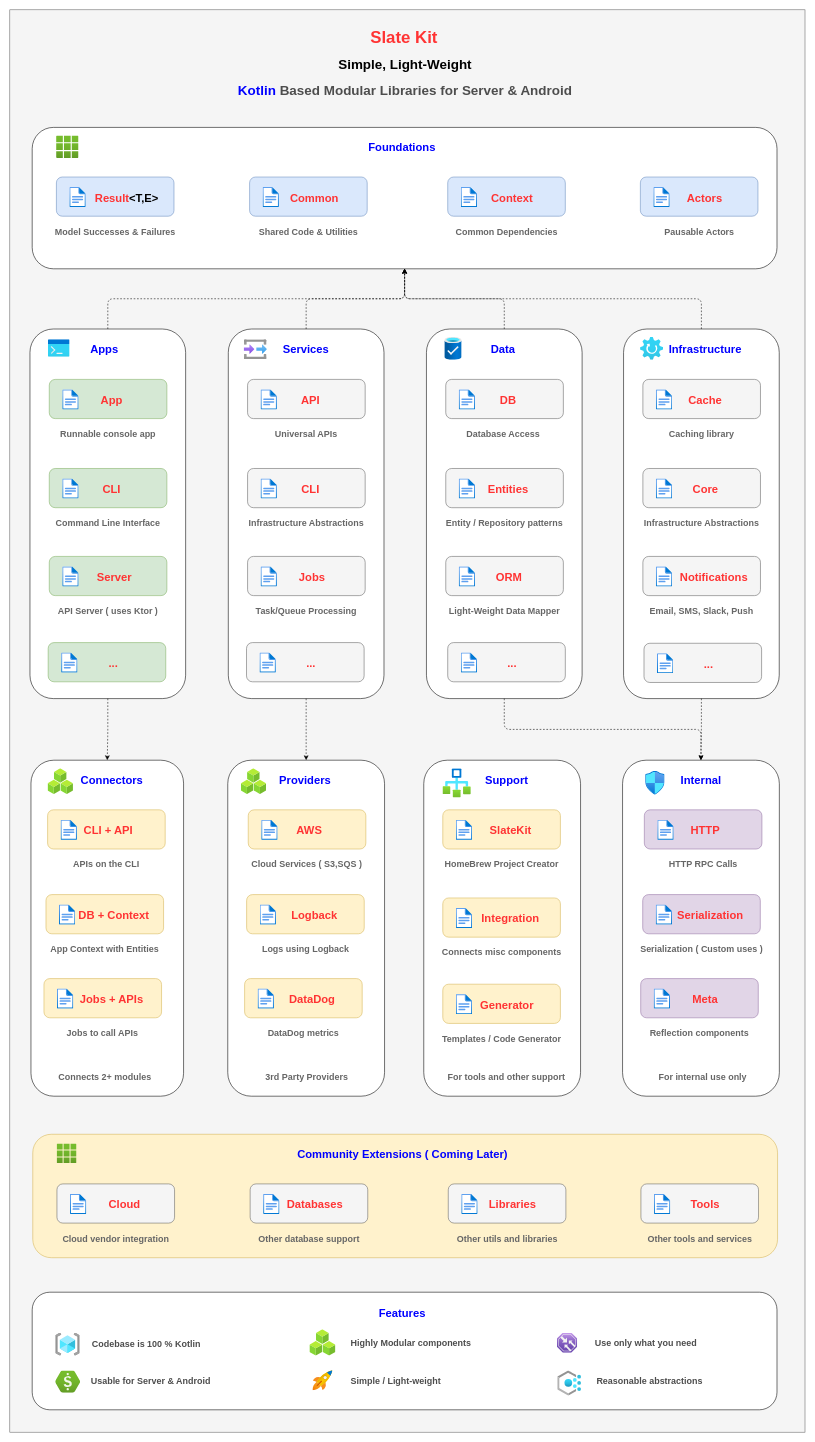
Above: doc/diagrams/slatekit-overview.drawio in slatekit/kiit (draw.io), before the change. Source tidied: cells renumbered, new cells numbered last; positions are measured from the earlier drawing's top-left corner, leaving out a move shared by most shapes. Both pictures are drawn from the tidied source at 56%, with x=0, y=0 at pixel (10, 10).
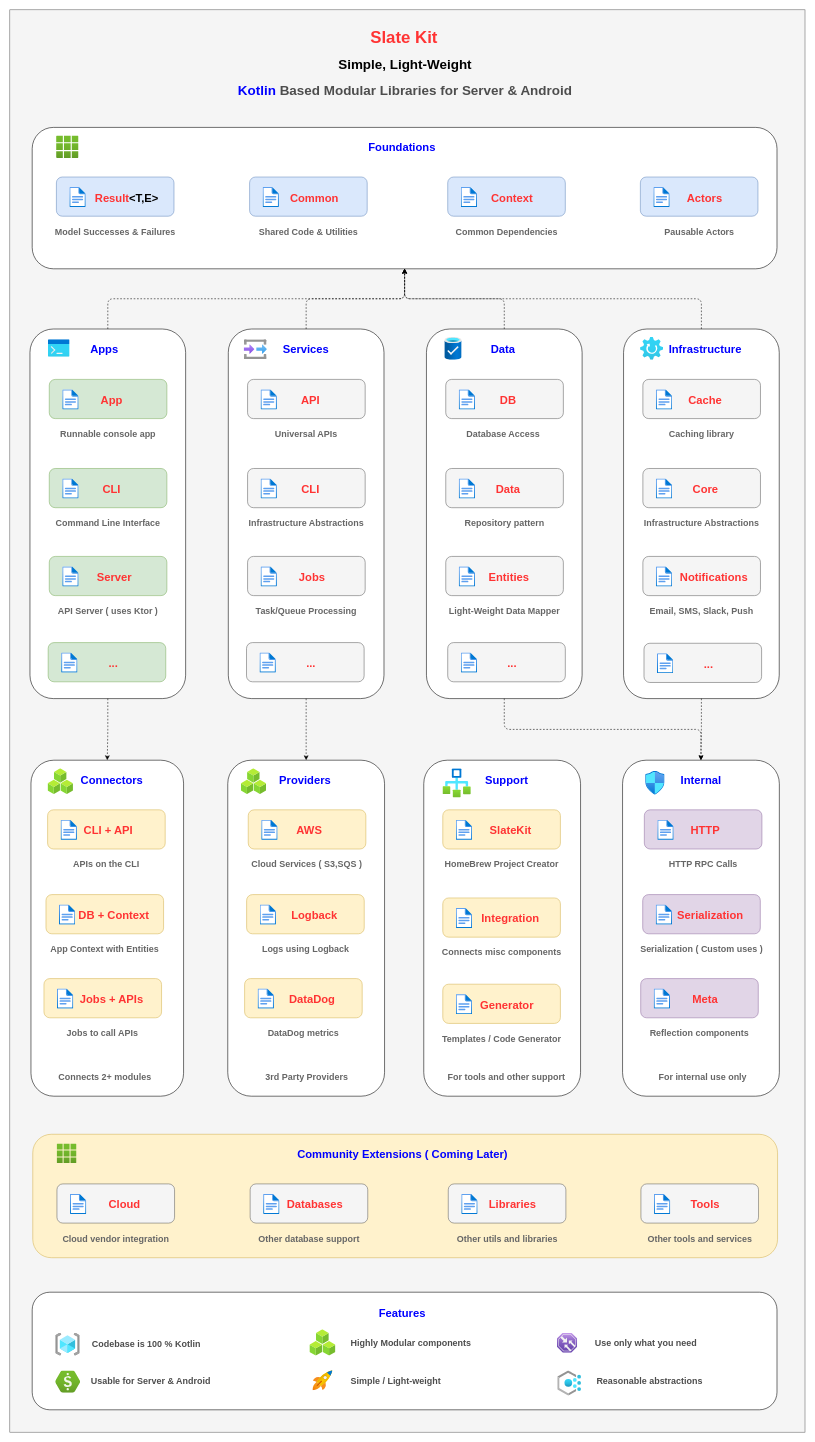
Above is the later version.

Commit message (it also covers changes not shown here):
DIAGRAMS: Updated overview + Added data ( WIP )

The edit, as a diff of the source:
```diff
@@
-    <mxCell id="62" value="&lt;span style=&quot;font-size: 16px&quot;&gt;&lt;b&gt;Entity / Repository patterns&lt;/b&gt;&lt;/span&gt;" style="text;html=1;strokeColor=none;fillColor=none;align=center;verticalAlign=middle;whiteSpace=wrap;rounded=0;fontColor=#666666;" parent="1" vertex="1">
+    <mxCell id="62" value="&lt;span style=&quot;font-size: 16px&quot;&gt;&lt;b&gt;Repository pattern&lt;/b&gt;&lt;/span&gt;" style="text;html=1;strokeColor=none;fillColor=none;align=center;verticalAlign=middle;whiteSpace=wrap;rounded=0;fontColor=#666666;" parent="1" vertex="1">
       <mxGeometry x="772" y="901.4" width="222.9" height="30" as="geometry" />
     </mxCell>
-    <mxCell id="63" value="&lt;font size=&quot;1&quot;&gt;&lt;b style=&quot;font-size: 20px&quot;&gt;&lt;font color=&quot;#ff3333&quot;&gt;Entities&lt;/font&gt;&lt;/b&gt;&lt;/font&gt;" style="text;html=1;strokeColor=none;fillColor=none;align=center;verticalAlign=middle;whiteSpace=wrap;rounded=0;" parent="1" vertex="1">
+    <mxCell id="63" value="&lt;font size=&quot;1&quot;&gt;&lt;b style=&quot;font-size: 20px&quot;&gt;&lt;font color=&quot;#ff3333&quot;&gt;Data&lt;/font&gt;&lt;/b&gt;&lt;/font&gt;" style="text;html=1;strokeColor=none;fillColor=none;align=center;verticalAlign=middle;whiteSpace=wrap;rounded=0;" parent="1" vertex="1">
       <mxGeometry x="845.3" y="840.4" width="90" height="30" as="geometry" />
     </mxCell>
@@
-    <mxCell id="67" value="&lt;font color=&quot;#ff3333&quot;&gt;&lt;span style=&quot;font-size: 20px&quot;&gt;&lt;b&gt;ORM&lt;/b&gt;&lt;/span&gt;&lt;/font&gt;" style="text;html=1;strokeColor=none;fillColor=none;align=center;verticalAlign=middle;whiteSpace=wrap;rounded=0;" parent="1" vertex="1">
+    <mxCell id="67" value="&lt;font color=&quot;#ff3333&quot;&gt;&lt;span style=&quot;font-size: 20px&quot;&gt;&lt;b&gt;Entities&lt;/b&gt;&lt;/span&gt;&lt;/font&gt;" style="text;html=1;strokeColor=none;fillColor=none;align=center;verticalAlign=middle;whiteSpace=wrap;rounded=0;" parent="1" vertex="1">
       <mxGeometry x="838" y="997.3" width="107.3" height="30" as="geometry" />
     </mxCell>
```
